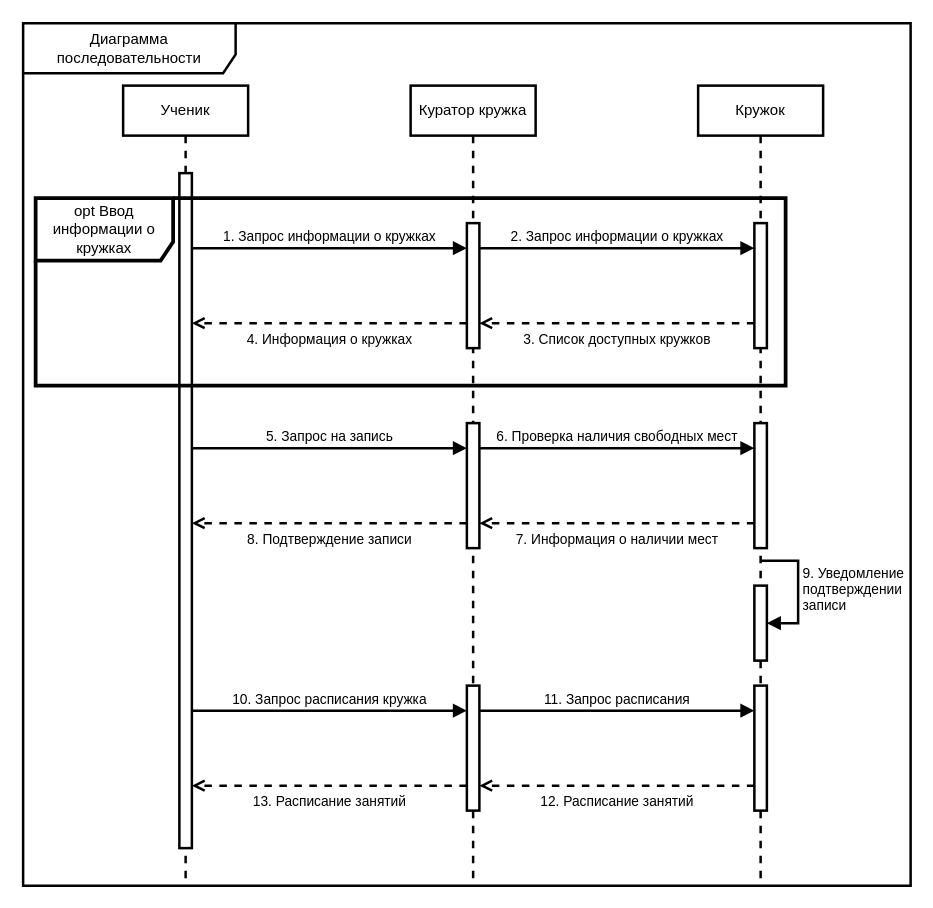
Above: page "Page-1" (1 of 3) of 1.drawio in Helpmepleaseitishard/Aikms (draw.io), before the change. Source tidied: cells renumbered, new cells numbered last; positions are measured from the earlier drawing's top-left corner, leaving out a move shared by most shapes. Both pictures are drawn from the tidied source at 125%, with x=0, y=0 at pixel (22, 22).
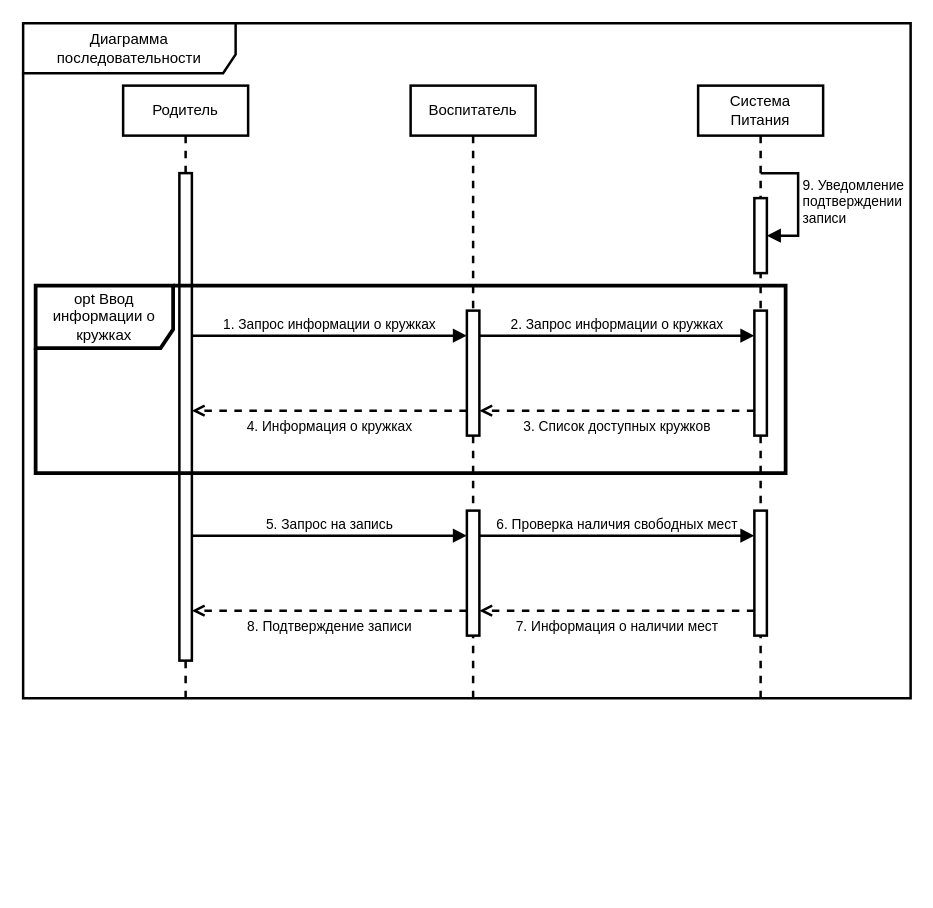
The same page after the edit.

Change to the diagram source:
```diff
@@
     <mxCell id="2" value="Диаграмма последовательности" style="shape=umlFrame;whiteSpace=wrap;html=1;width=170;height=40;strokeWidth=2;" parent="1" vertex="1">
-      <mxGeometry width="710" height="690" as="geometry" />
+      <mxGeometry width="710" height="540" as="geometry" />
     </mxCell>
-    <mxCell id="3" value="Ученик" style="shape=umlLifeline;perimeter=lifelinePerimeter;whiteSpace=wrap;html=1;newEdgeStyle={&quot;curved&quot;:0,&quot;rounded&quot;:0};strokeWidth=2;" parent="1" vertex="1">
-      <mxGeometry x="80" y="50" width="100" height="640" as="geometry" />
+    <mxCell id="3" value="Родитель" style="shape=umlLifeline;perimeter=lifelinePerimeter;whiteSpace=wrap;html=1;newEdgeStyle={&quot;curved&quot;:0,&quot;rounded&quot;:0};strokeWidth=2;" parent="1" vertex="1">
+      <mxGeometry x="80" y="50" width="100" height="490" as="geometry" />
     </mxCell>
-    <mxCell id="4" value="Куратор кружка" style="shape=umlLifeline;perimeter=lifelinePerimeter;whiteSpace=wrap;html=1;newEdgeStyle={&quot;curved&quot;:0,&quot;rounded&quot;:0};strokeWidth=2;" parent="1" vertex="1">
-      <mxGeometry x="310" y="50" width="100" height="640" as="geometry" />
+    <mxCell id="4" value="Воспитатель" style="shape=umlLifeline;perimeter=lifelinePerimeter;whiteSpace=wrap;html=1;newEdgeStyle={&quot;curved&quot;:0,&quot;rounded&quot;:0};strokeWidth=2;" parent="1" vertex="1">
+      <mxGeometry x="310" y="50" width="100" height="490" as="geometry" />
     </mxCell>
-    <mxCell id="5" value="Кружок" style="shape=umlLifeline;perimeter=lifelinePerimeter;whiteSpace=wrap;html=1;newEdgeStyle={&quot;curved&quot;:0,&quot;rounded&quot;:0};strokeWidth=2;" parent="1" vertex="1">
-      <mxGeometry x="540" y="50" width="100" height="640" as="geometry" />
+    <mxCell id="5" value="Система Питания" style="shape=umlLifeline;perimeter=lifelinePerimeter;whiteSpace=wrap;html=1;newEdgeStyle={&quot;curved&quot;:0,&quot;rounded&quot;:0};strokeWidth=2;" parent="1" vertex="1">
+      <mxGeometry x="540" y="50" width="100" height="490" as="geometry" />
     </mxCell>
     <mxCell id="6" value="2. Запрос информации о кружках" style="html=1;verticalAlign=bottom;endArrow=block;curved=0;rounded=0;strokeWidth=2;" parent="1" edge="1" source="25" target="20">
       <mxGeometry relative="1" as="geometry">
         <Array as="points">
-          <mxPoint x="430" y="180" />
+          <mxPoint x="430" y="250" />
         </Array>
       </mxGeometry>
     </mxCell>
     <mxCell id="7" value="4. Информация о кружках" style="html=1;verticalAlign=top;endArrow=open;curved=0;rounded=0;strokeWidth=2;dashed=1;endFill=0;" parent="1" edge="1">
       <mxGeometry relative="1" as="geometry">
-        <mxPoint x="355" y="240" as="sourcePoint" />
-        <mxPoint x="135" y="240" as="targetPoint" />
+        <mxPoint x="355" y="310" as="sourcePoint" />
+        <mxPoint x="135" y="310" as="targetPoint" />
         <Array as="points">
-          <mxPoint x="241" y="240" />
+          <mxPoint x="241" y="310" />
         </Array>
       </mxGeometry>
     </mxCell>
     <mxCell id="8" value="1. Запрос информации о кружках" style="html=1;verticalAlign=bottom;endArrow=block;curved=0;rounded=0;strokeWidth=2;" parent="1" edge="1">
       <mxGeometry relative="1" as="geometry">
-        <mxPoint x="135" y="180" as="sourcePoint" />
-        <mxPoint x="355" y="180" as="targetPoint" />
+        <mxPoint x="135" y="250" as="sourcePoint" />
+        <mxPoint x="355" y="250" as="targetPoint" />
         <Array as="points">
-          <mxPoint x="260" y="180" />
+          <mxPoint x="260" y="250" />
         </Array>
       </mxGeometry>
     </mxCell>
     <mxCell id="9" value="3. Список доступных кружков" style="html=1;verticalAlign=top;endArrow=open;curved=0;rounded=0;strokeWidth=2;dashed=1;endFill=0;" parent="1" edge="1" source="20" target="25">
       <mxGeometry relative="1" as="geometry">
         <Array as="points">
-          <mxPoint x="460" y="240" />
+          <mxPoint x="460" y="310" />
         </Array>
       </mxGeometry>
     </mxCell>
     <mxCell id="10" value="6. Проверка наличия свободных мест" style="html=1;verticalAlign=bottom;endArrow=block;curved=0;rounded=0;strokeWidth=2;" parent="1" edge="1" source="26" target="21">
       <mxGeometry relative="1" as="geometry">
         <Array as="points">
-          <mxPoint x="425" y="340" />
+          <mxPoint x="425" y="410" />
         </Array>
       </mxGeometry>
     </mxCell>
     <mxCell id="11" value="8. Подтверждение записи" style="html=1;verticalAlign=top;endArrow=open;curved=0;rounded=0;strokeWidth=2;dashed=1;endFill=0;" parent="1" edge="1">
       <mxGeometry relative="1" as="geometry">
-        <mxPoint x="355" y="400" as="sourcePoint" />
-        <mxPoint x="135" y="400" as="targetPoint" />
+        <mxPoint x="355" y="470" as="sourcePoint" />
+        <mxPoint x="135" y="470" as="targetPoint" />
         <Array as="points">
-          <mxPoint x="236" y="400" />
+          <mxPoint x="236" y="470" />
         </Array>
       </mxGeometry>
     </mxCell>
     <mxCell id="12" value="5. Запрос на запись" style="html=1;verticalAlign=bottom;endArrow=block;curved=0;rounded=0;strokeWidth=2;" parent="1" edge="1">
       <mxGeometry relative="1" as="geometry">
-        <mxPoint x="135" y="340" as="sourcePoint" />
-        <mxPoint x="355" y="340" as="targetPoint" />
+        <mxPoint x="135" y="410" as="sourcePoint" />
+        <mxPoint x="355" y="410" as="targetPoint" />
         <Array as="points">
-          <mxPoint x="255" y="340" />
+          <mxPoint x="255" y="410" />
         </Array>
       </mxGeometry>
     </mxCell>
     <mxCell id="13" value="7. Информация о наличии мест" style="html=1;verticalAlign=top;endArrow=open;curved=0;rounded=0;strokeWidth=2;dashed=1;endFill=0;" parent="1" edge="1" source="21" target="26">
       <mxGeometry relative="1" as="geometry">
         <Array as="points">
-          <mxPoint x="455" y="400" />
+          <mxPoint x="455" y="470" />
         </Array>
       </mxGeometry>
     </mxCell>
     <mxCell id="14" style="html=1;perimeter=orthogonalPerimeter;targetShapes=umlLifeline;newEdgeStyle={&quot;curved&quot;:0,&quot;rounded&quot;:0};strokeWidth=2;" parent="1" vertex="1">
-      <mxGeometry x="125" y="120" width="10" height="540" as="geometry" />
+      <mxGeometry x="125" y="120" width="10" height="390" as="geometry" />
     </mxCell>
     <mxCell id="15" value="opt Ввод информации о кружках" style="shape=umlFrame;whiteSpace=wrap;html=1;strokeWidth=3;width=110;height=50;" parent="1" vertex="1">
-      <mxGeometry x="10" y="140" width="600" height="150" as="geometry" />
+      <mxGeometry x="10" y="210" width="600" height="150" as="geometry" />
     </mxCell>
-    <mxCell id="16" value="11. Запрос расписания" style="html=1;verticalAlign=bottom;endArrow=block;curved=0;rounded=0;strokeWidth=2;" parent="1" edge="1" source="27" target="24">
-      <mxGeometry relative="1" as="geometry">
-        <Array as="points">
-          <mxPoint x="425" y="550" />
-        </Array>
-      </mxGeometry>
-    </mxCell>
-    <mxCell id="17" value="13. Расписание занятий" style="html=1;verticalAlign=top;endArrow=open;curved=0;rounded=0;strokeWidth=2;dashed=1;endFill=0;" parent="1" edge="1">
-      <mxGeometry relative="1" as="geometry">
-        <mxPoint x="355" y="610" as="sourcePoint" />
-        <mxPoint x="135" y="610" as="targetPoint" />
-        <Array as="points">
-          <mxPoint x="236" y="610" />
-        </Array>
-      </mxGeometry>
-    </mxCell>
-    <mxCell id="18" value="10. Запрос расписания кружка" style="html=1;verticalAlign=bottom;endArrow=block;curved=0;rounded=0;strokeWidth=2;" parent="1" edge="1">
-      <mxGeometry relative="1" as="geometry">
-        <mxPoint x="135" y="550" as="sourcePoint" />
-        <mxPoint x="355" y="550" as="targetPoint" />
-        <Array as="points">
-          <mxPoint x="255" y="550" />
-        </Array>
-      </mxGeometry>
-    </mxCell>
-    <mxCell id="19" value="12. Расписание занятий" style="html=1;verticalAlign=top;endArrow=open;curved=0;rounded=0;strokeWidth=2;dashed=1;endFill=0;" parent="1" edge="1" source="24" target="27">
-      <mxGeometry relative="1" as="geometry">
-        <Array as="points">
-          <mxPoint x="455" y="610" />
-        </Array>
-      </mxGeometry>
-    </mxCell>
     <mxCell id="20" style="html=1;points=[[0,0,0,0,5],[0,1,0,0,-5],[1,0,0,0,5],[1,1,0,0,-5]];perimeter=orthogonalPerimeter;outlineConnect=0;targetShapes=umlLifeline;portConstraint=eastwest;newEdgeStyle={&quot;curved&quot;:0,&quot;rounded&quot;:0};strokeWidth=2;" parent="1" vertex="1">
-      <mxGeometry x="585" y="160" width="10" height="100" as="geometry" />
+      <mxGeometry x="585" y="230" width="10" height="100" as="geometry" />
     </mxCell>
     <mxCell id="21" style="html=1;points=[[0,0,0,0,5],[0,1,0,0,-5],[1,0,0,0,5],[1,1,0,0,-5]];perimeter=orthogonalPerimeter;outlineConnect=0;targetShapes=umlLifeline;portConstraint=eastwest;newEdgeStyle={&quot;curved&quot;:0,&quot;rounded&quot;:0};strokeWidth=2;" parent="1" vertex="1">
-      <mxGeometry x="585" y="320" width="10" height="100" as="geometry" />
+      <mxGeometry x="585" y="390" width="10" height="100" as="geometry" />
     </mxCell>
     <mxCell id="22" style="html=1;points=[[0,0,0,0,5],[0,1,0,0,-5],[1,0,0,0,5],[1,1,0,0,-5]];perimeter=orthogonalPerimeter;outlineConnect=0;targetShapes=umlLifeline;portConstraint=eastwest;newEdgeStyle={&quot;curved&quot;:0,&quot;rounded&quot;:0};strokeWidth=2;" parent="1" vertex="1">
-      <mxGeometry x="585" y="450" width="10" height="60" as="geometry" />
+      <mxGeometry x="585" y="140" width="10" height="60" as="geometry" />
     </mxCell>
     <mxCell id="23" value="&lt;div&gt;9. Уведомление&lt;/div&gt;&lt;div&gt;подтверждении&lt;/div&gt;&lt;div&gt;записи&lt;/div&gt;" style="html=1;align=left;spacingLeft=2;endArrow=block;rounded=0;edgeStyle=orthogonalEdgeStyle;curved=0;rounded=0;strokeWidth=2;" parent="1" edge="1" target="22">
       <mxGeometry relative="1" as="geometry">
-        <mxPoint x="590" y="430" as="sourcePoint" />
+        <mxPoint x="590" y="120" as="sourcePoint" />
         <Array as="points">
-          <mxPoint x="620" y="430" />
-          <mxPoint x="620" y="480" />
+          <mxPoint x="620" y="120" />
+          <mxPoint x="620" y="170" />
         </Array>
       </mxGeometry>
     </mxCell>
-    <mxCell id="24" style="html=1;points=[[0,0,0,0,5],[0,1,0,0,-5],[1,0,0,0,5],[1,1,0,0,-5]];perimeter=orthogonalPerimeter;outlineConnect=0;targetShapes=umlLifeline;portConstraint=eastwest;newEdgeStyle={&quot;curved&quot;:0,&quot;rounded&quot;:0};strokeWidth=2;" parent="1" vertex="1">
-      <mxGeometry x="585" y="530" width="10" height="100" as="geometry" />
-    </mxCell>
     <mxCell id="25" style="html=1;points=[[0,0,0,0,5],[0,1,0,0,-5],[1,0,0,0,5],[1,1,0,0,-5]];perimeter=orthogonalPerimeter;outlineConnect=0;targetShapes=umlLifeline;portConstraint=eastwest;newEdgeStyle={&quot;curved&quot;:0,&quot;rounded&quot;:0};strokeWidth=2;" parent="1" vertex="1">
-      <mxGeometry x="355" y="160" width="10" height="100" as="geometry" />
+      <mxGeometry x="355" y="230" width="10" height="100" as="geometry" />
     </mxCell>
     <mxCell id="26" style="html=1;points=[[0,0,0,0,5],[0,1,0,0,-5],[1,0,0,0,5],[1,1,0,0,-5]];perimeter=orthogonalPerimeter;outlineConnect=0;targetShapes=umlLifeline;portConstraint=eastwest;newEdgeStyle={&quot;curved&quot;:0,&quot;rounded&quot;:0};strokeWidth=2;" parent="1" vertex="1">
-      <mxGeometry x="355" y="320" width="10" height="100" as="geometry" />
+      <mxGeometry x="355" y="390" width="10" height="100" as="geometry" />
     </mxCell>
-    <mxCell id="27" style="html=1;points=[[0,0,0,0,5],[0,1,0,0,-5],[1,0,0,0,5],[1,1,0,0,-5]];perimeter=orthogonalPerimeter;outlineConnect=0;targetShapes=umlLifeline;portConstraint=eastwest;newEdgeStyle={&quot;curved&quot;:0,&quot;rounded&quot;:0};strokeWidth=2;" parent="1" vertex="1">
-      <mxGeometry x="355" y="530" width="10" height="100" as="geometry" />
-    </mxCell>
```
